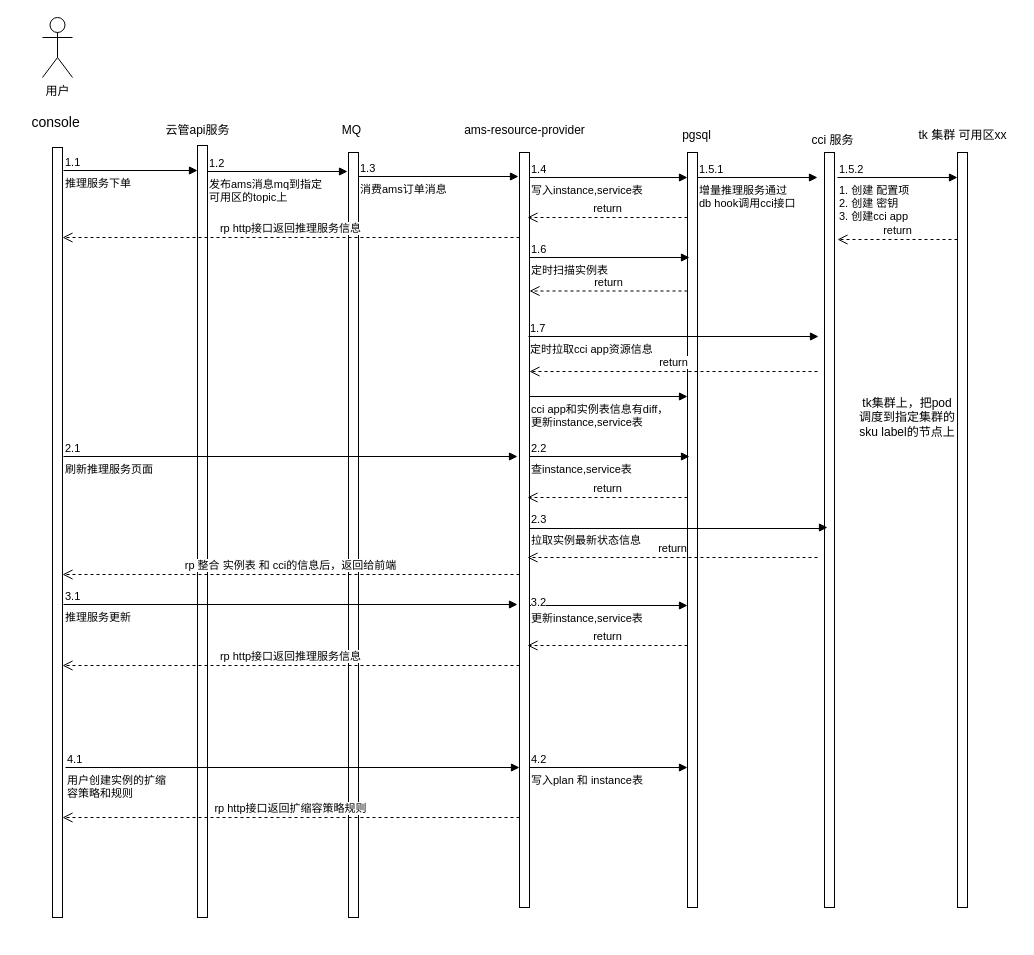
Earlier version of the draw.io diagram 未命名绘图.drawio (wangshujuan/PostImage). Source tidied: cells renumbered, new cells numbered last; positions are measured from the earlier drawing's top-left corner, leaving out a move shared by most shapes. Both pictures are drawn from the tidied source at 100%, with x=0, y=0 at pixel (17, 17).
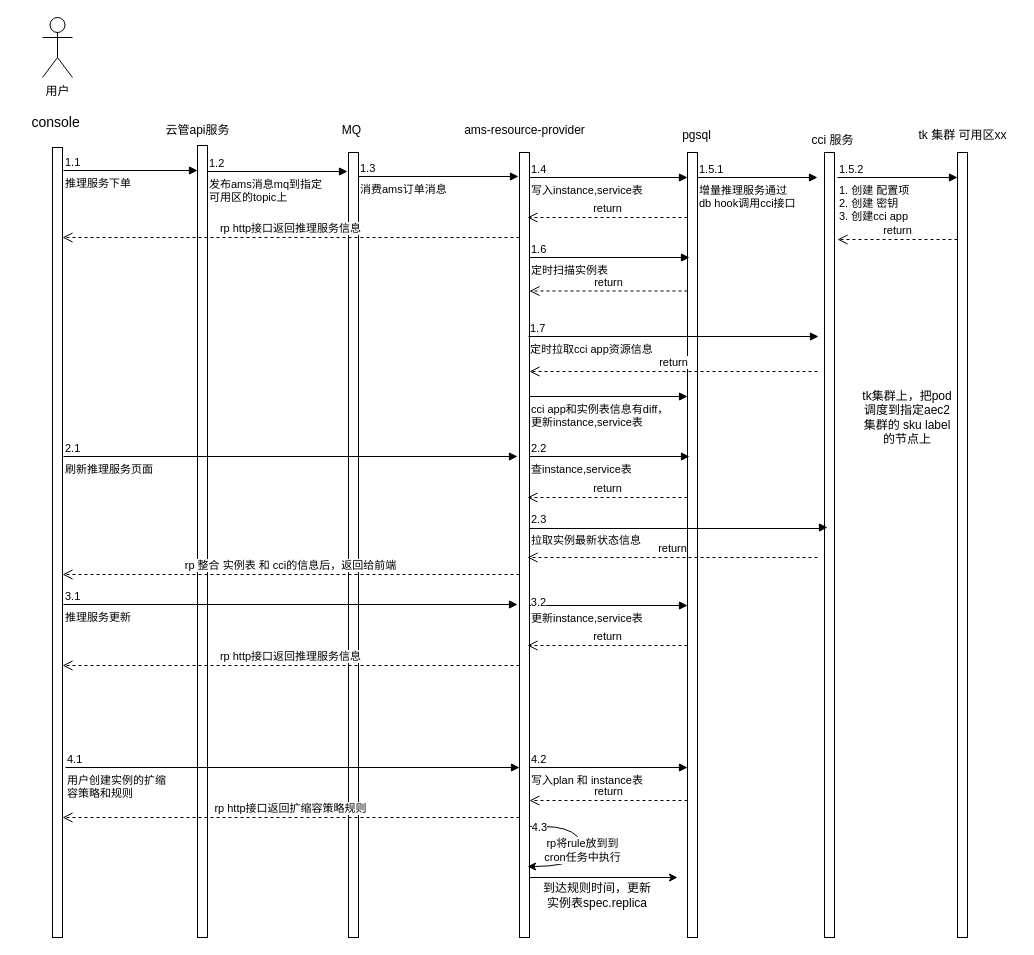
After the change.

Commit message:
更新未命名绘图.drawio

What changed in the source:
```diff
@@
     <mxCell id="3" style="html=1;perimeter=orthogonalPerimeter;targetShapes=umlLifeline;newEdgeStyle={&quot;curved&quot;:0,&quot;rounded&quot;:0};" parent="1" vertex="1">
-      <mxGeometry x="35" y="130" width="10" height="770" as="geometry" />
+      <mxGeometry x="35" y="130" width="10" height="790" as="geometry" />
     </mxCell>
@@
     <mxCell id="5" style="html=1;perimeter=orthogonalPerimeter;targetShapes=umlLifeline;newEdgeStyle={&quot;curved&quot;:0,&quot;rounded&quot;:0};" parent="1" vertex="1">
-      <mxGeometry x="331" y="135" width="10" height="765" as="geometry" />
+      <mxGeometry x="331" y="135" width="10" height="785" as="geometry" />
     </mxCell>
@@
     <mxCell id="9" style="html=1;perimeter=orthogonalPerimeter;targetShapes=umlLifeline;newEdgeStyle={&quot;curved&quot;:0,&quot;rounded&quot;:0};" parent="1" vertex="1">
-      <mxGeometry x="502" y="135" width="10" height="755" as="geometry" />
+      <mxGeometry x="502" y="135" width="10" height="785" as="geometry" />
     </mxCell>
@@
     <mxCell id="13" style="html=1;points=[[0,0,0,0,5],[0,1,0,0,-5],[1,0,0,0,5],[1,1,0,0,-5]];perimeter=orthogonalPerimeter;outlineConnect=0;targetShapes=umlLifeline;portConstraint=eastwest;newEdgeStyle={&quot;curved&quot;:0,&quot;rounded&quot;:0};" parent="1" vertex="1">
-      <mxGeometry x="670" y="135" width="10" height="755" as="geometry" />
+      <mxGeometry x="670" y="135" width="10" height="785" as="geometry" />
     </mxCell>
@@
     <mxCell id="17" style="html=1;perimeter=orthogonalPerimeter;targetShapes=umlLifeline;newEdgeStyle={&quot;curved&quot;:0,&quot;rounded&quot;:0};" parent="1" vertex="1">
-      <mxGeometry x="180" y="128" width="10" height="772" as="geometry" />
+      <mxGeometry x="180" y="128" width="10" height="792" as="geometry" />
     </mxCell>
@@
     <mxCell id="22" style="html=1;perimeter=orthogonalPerimeter;targetShapes=umlLifeline;newEdgeStyle={&quot;curved&quot;:0,&quot;rounded&quot;:0};" parent="1" vertex="1">
-      <mxGeometry x="807" y="135" width="10" height="755" as="geometry" />
+      <mxGeometry x="807" y="135" width="10" height="785" as="geometry" />
     </mxCell>
@@
     <mxCell id="26" style="html=1;perimeter=orthogonalPerimeter;targetShapes=umlLifeline;newEdgeStyle={&quot;curved&quot;:0,&quot;rounded&quot;:0};" parent="1" vertex="1">
-      <mxGeometry x="940" y="135" width="10" height="755" as="geometry" />
+      <mxGeometry x="940" y="135" width="10" height="785" as="geometry" />
     </mxCell>
@@
-    <mxCell id="54" value="tk集群上，把pod调度到指定集群的 sku label的节点上" style="text;html=1;strokeColor=none;fillColor=none;align=center;verticalAlign=middle;whiteSpace=wrap;rounded=0;" parent="1" vertex="1">
+    <mxCell id="54" value="tk集群上，把pod调度到指定aec2集群的 sku label的节点上" style="text;html=1;strokeColor=none;fillColor=none;align=center;verticalAlign=middle;whiteSpace=wrap;rounded=0;" parent="1" vertex="1">
       <mxGeometry x="840" y="350" width="100" height="100" as="geometry" />
     </mxCell>
@@
+    <mxCell id="60" value="return" style="html=1;verticalAlign=bottom;endArrow=open;dashed=1;endSize=8;curved=0;rounded=0;" parent="1" edge="1">
+      <mxGeometry relative="1" as="geometry">
+        <mxPoint x="670" y="783" as="sourcePoint" />
+        <mxPoint x="512" y="783" as="targetPoint" />
+      </mxGeometry>
+    </mxCell>
+    <mxCell id="61" style="curved=1;endArrow=classic;html=1;rounded=0;" parent="1" edge="1">
+      <mxGeometry relative="1" as="geometry">
+        <mxPoint x="522" y="809" as="sourcePoint" />
+        <mxPoint x="510" y="849" as="targetPoint" />
+        <Array as="points">
+          <mxPoint x="502" y="809" />
+          <mxPoint x="550" y="809" />
+          <mxPoint x="570" y="829" />
+          <mxPoint x="550" y="849" />
+        </Array>
+      </mxGeometry>
+    </mxCell>
+    <mxCell id="62" value="rp将rule放到到&lt;br&gt;cron任务中执行" style="edgeLabel;html=1;align=center;verticalAlign=middle;" parent="61" vertex="1">
+      <mxGeometry x="0.24" y="-2" relative="1" as="geometry">
+        <mxPoint y="1" as="offset" />
+      </mxGeometry>
+    </mxCell>
+    <mxCell id="63" value="4.3" style="edgeLabel;html=1;align=center;verticalAlign=middle;" parent="61" vertex="1">
+      <mxGeometry x="-0.99" relative="1" as="geometry" />
+    </mxCell>
+    <mxCell id="64" value="到达规则时间，更新实例表spec.replica" style="text;html=1;strokeColor=none;fillColor=none;align=center;verticalAlign=middle;whiteSpace=wrap;rounded=0;" parent="1" vertex="1">
+      <mxGeometry x="520" y="863" width="120" height="30" as="geometry" />
+    </mxCell>
+    <mxCell id="65" style="endArrow=classic;html=1;rounded=0;" parent="1" edge="1">
+      <mxGeometry relative="1" as="geometry">
+        <mxPoint x="512" y="860" as="sourcePoint" />
+        <mxPoint x="660" y="860" as="targetPoint" />
+      </mxGeometry>
+    </mxCell>
```
